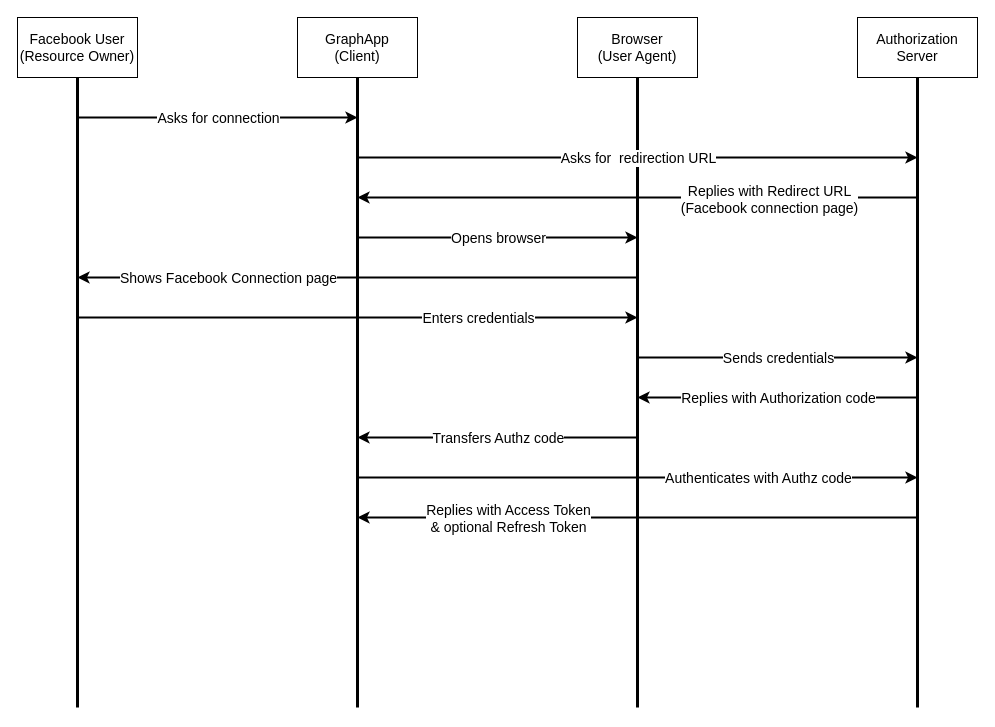
The draw.io diagram SLH_OAuth_authentication.drawio in superjeffcplusplus/SLH_OAuth, before the edit. Source tidied: cells renumbered, new cells numbered last; positions are measured from the earlier drawing's top-left corner, leaving out a move shared by most shapes. Both pictures are drawn from the tidied source at 100%, with x=0, y=0 at pixel (17, 17).
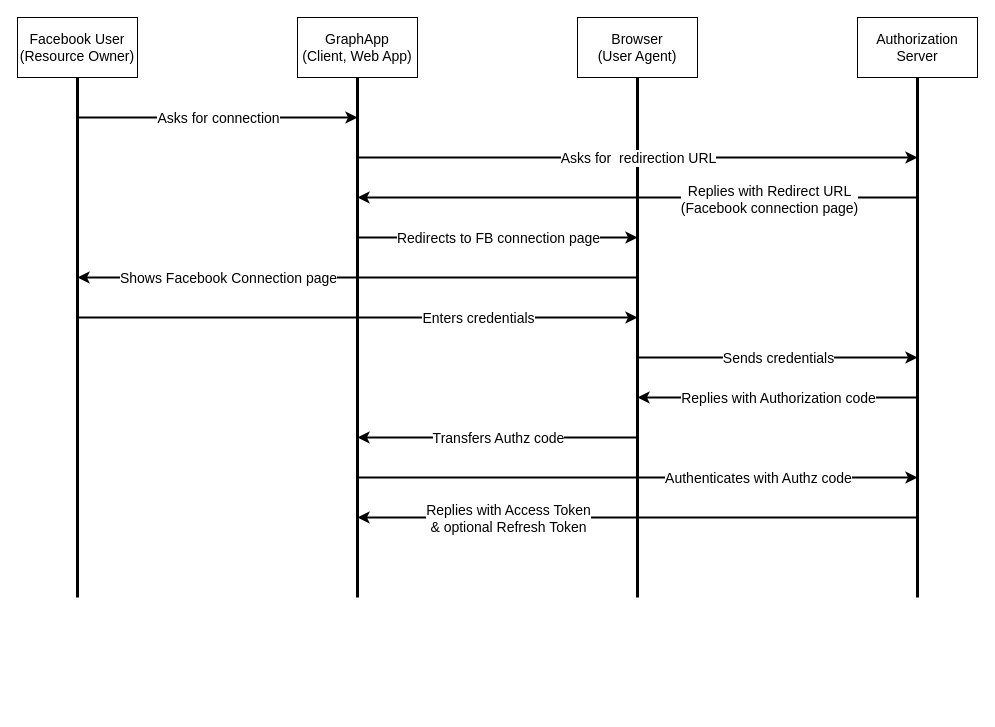
Above is the later version.

Unchanged cells that the change refers to:
```xml
<mxCell id="5" value="&lt;div&gt;Facebook User &lt;/div&gt;(Resource Owner)" style="rounded=0;whiteSpace=wrap;html=1;fontSize=14;" parent="1" vertex="1">
  <mxGeometry width="120" height="60" as="geometry" />
</mxCell>
<mxCell id="7" value="&lt;div style=&quot;font-size: 14px;&quot;&gt;Browser&lt;/div&gt;&lt;div style=&quot;font-size: 14px;&quot;&gt;(User Agent)&lt;br style=&quot;font-size: 14px;&quot;&gt;&lt;/div&gt;" style="rounded=0;whiteSpace=wrap;html=1;fontSize=14;" parent="1" vertex="1">
  <mxGeometry x="560" width="120" height="60" as="geometry" />
</mxCell>
<mxCell id="9" value="Authorization Server" style="rounded=0;whiteSpace=wrap;html=1;fontSize=14;" parent="1" vertex="1">
  <mxGeometry x="840" width="120" height="60" as="geometry" />
</mxCell>
<mxCell id="16" style="endArrow=classic;html=1;rounded=0;strokeWidth=2;fontSize=14;" parent="1" edge="1">
  <mxGeometry relative="1" as="geometry">
    <mxPoint x="340" y="220" as="sourcePoint" />
    <mxPoint x="620" y="220" as="targetPoint" />
  </mxGeometry>
</mxCell>
```

Change to the diagram source:
```diff
@@
     <mxCell id="2" style="endArrow=none;html=1;rounded=0;strokeWidth=3;fontSize=14;" parent="1" edge="1" target="6">
       <mxGeometry relative="1" as="geometry">
-        <mxPoint x="340" y="690" as="sourcePoint" />
+        <mxPoint x="340" y="580" as="sourcePoint" />
       </mxGeometry>
     </mxCell>
     <mxCell id="3" style="endArrow=none;html=1;rounded=0;strokeWidth=3;fontSize=14;" parent="1" edge="1" target="5">
       <mxGeometry relative="1" as="geometry">
-        <mxPoint x="60" y="690" as="sourcePoint" />
+        <mxPoint x="60" y="580" as="sourcePoint" />
       </mxGeometry>
     </mxCell>
     <mxCell id="4" style="endArrow=none;html=1;rounded=0;strokeWidth=3;fontSize=14;" parent="1" edge="1" target="7">
       <mxGeometry relative="1" as="geometry">
-        <mxPoint x="620" y="690" as="sourcePoint" />
+        <mxPoint x="620" y="580" as="sourcePoint" />
       </mxGeometry>
     </mxCell>
@@
-    <mxCell id="6" value="&lt;div style=&quot;font-size: 14px;&quot;&gt;GraphApp&lt;/div&gt;(Client)" style="rounded=0;whiteSpace=wrap;html=1;fontSize=14;" parent="1" vertex="1">
+    <mxCell id="6" value="&lt;div style=&quot;font-size: 14px;&quot;&gt;GraphApp&lt;/div&gt;(Client, Web App)" style="rounded=0;whiteSpace=wrap;html=1;fontSize=14;" parent="1" vertex="1">
       <mxGeometry x="280" width="120" height="60" as="geometry" />
     </mxCell>
@@
     <mxCell id="8" style="endArrow=none;html=1;rounded=0;strokeWidth=3;fontSize=14;" parent="1" edge="1" target="9">
       <mxGeometry relative="1" as="geometry">
-        <mxPoint x="900" y="690" as="sourcePoint" />
+        <mxPoint x="900" y="580" as="sourcePoint" />
       </mxGeometry>
     </mxCell>
@@
-    <mxCell id="17" value="Opens browser" style="edgeLabel;html=1;align=center;verticalAlign=middle;fontSize=14;" parent="16" vertex="1">
+    <mxCell id="17" value="Redirects to FB connection page" style="edgeLabel;html=1;align=center;verticalAlign=middle;fontSize=14;" parent="16" vertex="1">
       <mxGeometry relative="1" as="geometry" />
     </mxCell>
```
